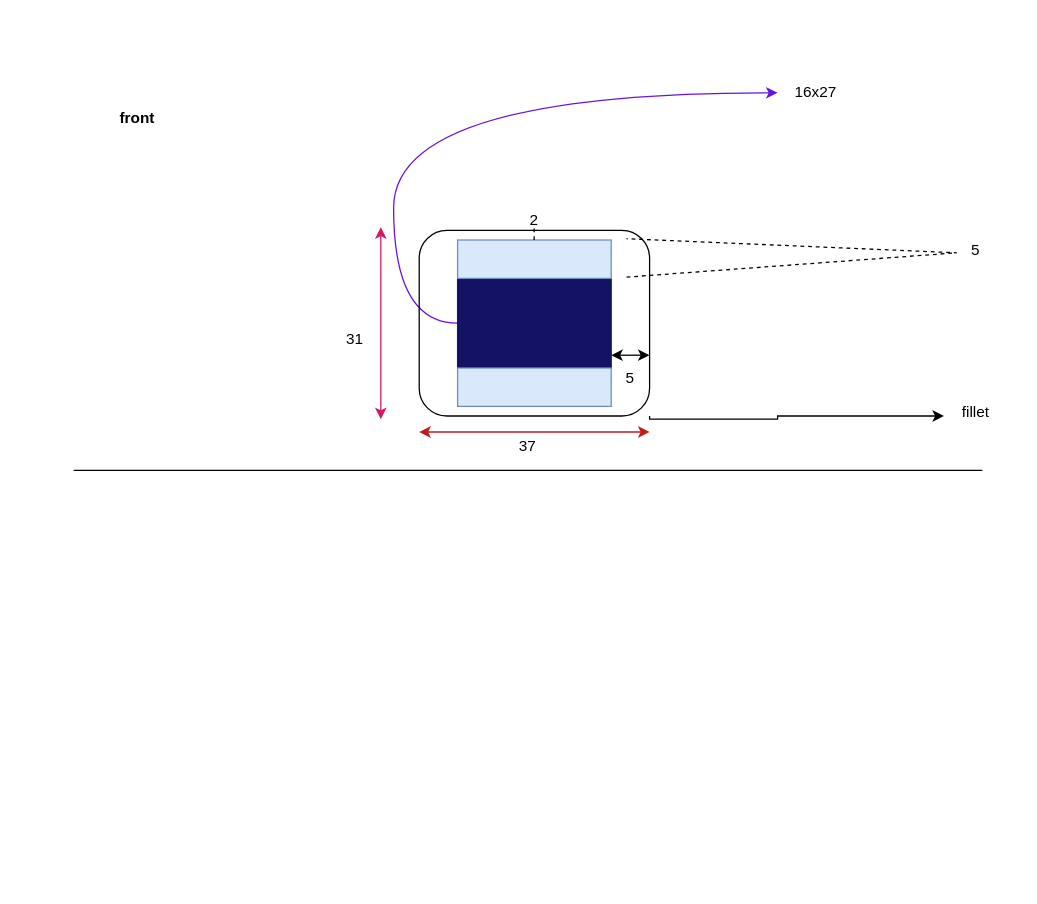
ovishak777/Epoxy keeps this draw.io diagram as outer design.drawio. Above is the earlier version. Source tidied: cells renumbered, new cells numbered last; positions are measured from the earlier drawing's top-left corner, leaving out a move shared by most shapes. Both pictures are drawn from the tidied source at 128%, with x=0, y=0 at pixel (73, 73).
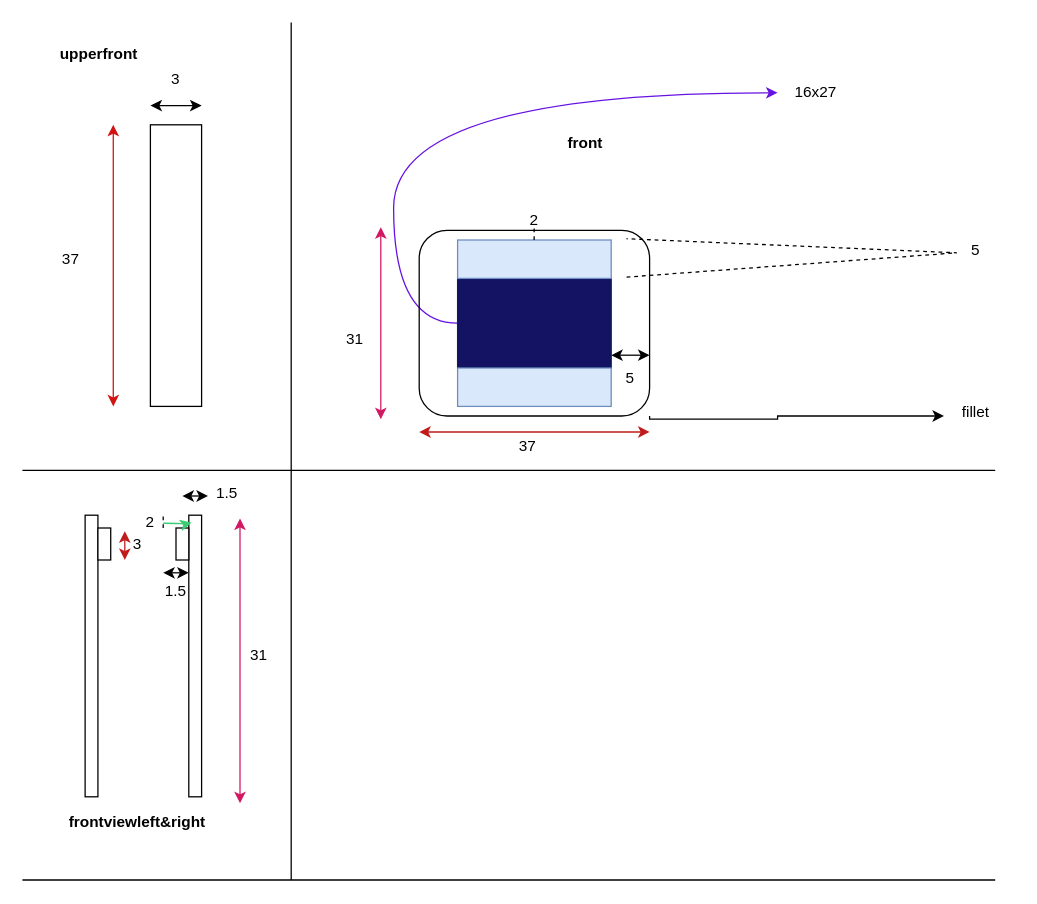
Above is the later version.

What changed in the source:
```diff
@@
     <mxCell id="2" style="endArrow=none;html=1;rounded=0;" parent="1" edge="1">
       <mxGeometry relative="1" as="geometry">
-        <mxPoint y="310" as="sourcePoint" />
-        <mxPoint x="710" y="310" as="targetPoint" />
+        <mxPoint x="-40" y="310" as="sourcePoint" />
+        <mxPoint x="720" y="310" as="targetPoint" />
       </mxGeometry>
     </mxCell>
@@
     <mxCell id="21" value="&lt;b&gt;front&lt;/b&gt;" style="text;html=1;whiteSpace=wrap;strokeColor=none;fillColor=none;align=center;verticalAlign=middle;rounded=0;" parent="1" vertex="1">
-      <mxGeometry x="20" y="20" width="60" height="30" as="geometry" />
+      <mxGeometry x="370" y="40" width="60" height="30" as="geometry" />
     </mxCell>
+    <mxCell id="22" style="endArrow=none;html=1;rounded=0;" parent="1" edge="1">
+      <mxGeometry relative="1" as="geometry">
+        <mxPoint x="170" y="630" as="sourcePoint" />
+        <mxPoint x="170" y="-40" as="targetPoint" />
+      </mxGeometry>
+    </mxCell>
+    <mxCell id="23" style="rounded=0;whiteSpace=wrap;html=1;" parent="1" vertex="1">
+      <mxGeometry x="60" y="40" width="40" height="220" as="geometry" />
+    </mxCell>
+    <mxCell id="24" style="endArrow=classic;startArrow=classic;html=1;rounded=0;strokeColor=light-dark(#d31212, #ededed);" parent="1" edge="1">
+      <mxGeometry relative="1" as="geometry">
+        <mxPoint x="31" y="260" as="sourcePoint" />
+        <mxPoint x="31" y="40" as="targetPoint" />
+      </mxGeometry>
+    </mxCell>
+    <mxCell id="25" value="37" style="text;html=1;whiteSpace=wrap;strokeColor=none;fillColor=none;align=center;verticalAlign=middle;rounded=0;" parent="1" vertex="1">
+      <mxGeometry x="-32" y="130" width="60" height="30" as="geometry" />
+    </mxCell>
+    <mxCell id="26" style="endArrow=classic;startArrow=classic;html=1;rounded=0;" parent="1" edge="1">
+      <mxGeometry relative="1" as="geometry">
+        <mxPoint x="60" y="25" as="sourcePoint" />
+        <mxPoint x="100" y="25" as="targetPoint" />
+      </mxGeometry>
+    </mxCell>
+    <mxCell id="27" value="3" style="text;html=1;whiteSpace=wrap;strokeColor=none;fillColor=none;align=center;verticalAlign=middle;rounded=0;" parent="1" vertex="1">
+      <mxGeometry x="50" y="-10" width="60" height="30" as="geometry" />
+    </mxCell>
+    <mxCell id="28" value="&lt;b&gt;upperfront&lt;/b&gt;" style="text;html=1;whiteSpace=wrap;strokeColor=none;fillColor=none;align=center;verticalAlign=middle;rounded=0;" parent="1" vertex="1">
+      <mxGeometry x="-10" y="-30" width="60" height="30" as="geometry" />
+    </mxCell>
+    <mxCell id="29" style="rounded=0;whiteSpace=wrap;html=1;" parent="1" vertex="1">
+      <mxGeometry x="90" y="345" width="10" height="220" as="geometry" />
+    </mxCell>
+    <mxCell id="30" style="rounded=0;whiteSpace=wrap;html=1;" parent="1" vertex="1">
+      <mxGeometry x="80" y="355" width="10" height="25" as="geometry" />
+    </mxCell>
+    <mxCell id="31" style="rounded=0;whiteSpace=wrap;html=1;flipV=1;legacyAnchorPoints=0;flipH=1;direction=west;" parent="1" vertex="1">
+      <mxGeometry x="9" y="345" width="10" height="220" as="geometry" />
+    </mxCell>
+    <mxCell id="32" style="rounded=0;whiteSpace=wrap;html=1;flipV=1;legacyAnchorPoints=0;flipH=1;direction=west;" parent="1" vertex="1">
+      <mxGeometry x="19" y="355" width="10" height="25" as="geometry" />
+    </mxCell>
+    <mxCell id="33" style="endArrow=classic;startArrow=classic;html=1;rounded=0;" parent="1" edge="1">
+      <mxGeometry relative="1" as="geometry">
+        <mxPoint x="85" y="330" as="sourcePoint" />
+        <mxPoint x="105" y="330" as="targetPoint" />
+      </mxGeometry>
+    </mxCell>
+    <mxCell id="34" value="1.5" style="text;html=1;whiteSpace=wrap;strokeColor=none;fillColor=none;align=center;verticalAlign=middle;rounded=0;" parent="1" vertex="1">
+      <mxGeometry x="100" y="315" width="40" height="25" as="geometry" />
+    </mxCell>
+    <mxCell id="35" style="endArrow=classic;startArrow=classic;html=1;rounded=0;" parent="1" edge="1">
+      <mxGeometry relative="1" as="geometry">
+        <mxPoint x="70" y="390" as="sourcePoint" />
+        <mxPoint x="90" y="390" as="targetPoint" />
+      </mxGeometry>
+    </mxCell>
+    <mxCell id="36" value="1.5" style="text;html=1;whiteSpace=wrap;strokeColor=none;fillColor=none;align=center;verticalAlign=middle;rounded=0;" parent="1" vertex="1">
+      <mxGeometry x="50" y="390" width="60" height="30" as="geometry" />
+    </mxCell>
+    <mxCell id="37" style="endArrow=none;dashed=1;html=1;rounded=0;" parent="1" edge="1">
+      <mxGeometry relative="1" as="geometry">
+        <mxPoint x="70" y="355" as="sourcePoint" />
+        <mxPoint x="70" y="345" as="targetPoint" />
+      </mxGeometry>
+    </mxCell>
+    <mxCell id="38" value="2" style="text;html=1;whiteSpace=wrap;strokeColor=none;fillColor=none;align=center;verticalAlign=middle;rounded=0;" parent="1" vertex="1">
+      <mxGeometry x="50" y="347.5" width="20" height="7.5" as="geometry" />
+    </mxCell>
+    <mxCell id="39" style="edgeStyle=orthogonalEdgeStyle;rounded=0;jettySize=auto;html=1;entryX=0.222;entryY=0.026;entryDx=0;entryDy=0;entryPerimeter=0;curved=1;strokeColor=light-dark(#3ccd74, #ededed);" parent="1" edge="1" source="38" target="29">
+      <mxGeometry relative="1" as="geometry" />
+    </mxCell>
+    <mxCell id="40" style="endArrow=classic;startArrow=classic;html=1;rounded=0;strokeColor=light-dark(#bf1d1d, #ededed);" parent="1" edge="1">
+      <mxGeometry relative="1" as="geometry">
+        <mxPoint x="40" y="357.5" as="sourcePoint" />
+        <mxPoint x="40" y="380" as="targetPoint" />
+        <Array as="points">
+          <mxPoint x="40" y="367.5" />
+        </Array>
+      </mxGeometry>
+    </mxCell>
+    <mxCell id="41" value="3" style="text;html=1;whiteSpace=wrap;strokeColor=none;fillColor=none;align=center;verticalAlign=middle;rounded=0;" parent="1" vertex="1">
+      <mxGeometry x="40" y="367.5" width="20" as="geometry" />
+    </mxCell>
+    <mxCell id="42" value="&lt;b&gt;frontviewleft&amp;amp;right&lt;/b&gt;" style="text;html=1;whiteSpace=wrap;strokeColor=none;fillColor=none;align=center;verticalAlign=middle;rounded=0;" parent="1" vertex="1">
+      <mxGeometry x="20" y="570" width="60" height="30" as="geometry" />
+    </mxCell>
+    <mxCell id="43" style="endArrow=none;html=1;rounded=0;" parent="1" edge="1">
+      <mxGeometry relative="1" as="geometry">
+        <mxPoint x="-40" y="630" as="sourcePoint" />
+        <mxPoint x="720" y="630" as="targetPoint" />
+      </mxGeometry>
+    </mxCell>
+    <mxCell id="44" style="endArrow=classic;startArrow=classic;html=1;rounded=0;strokeColor=light-dark(#d21963, #ededed);" parent="1" edge="1">
+      <mxGeometry relative="1" as="geometry">
+        <mxPoint x="130" y="570" as="sourcePoint" />
+        <mxPoint x="130" y="347.5" as="targetPoint" />
+      </mxGeometry>
+    </mxCell>
+    <mxCell id="45" value="31" style="text;html=1;whiteSpace=wrap;strokeColor=none;fillColor=none;align=center;verticalAlign=middle;rounded=0;" parent="1" vertex="1">
+      <mxGeometry x="130" y="451.2" width="30" height="7.5" as="geometry" />
+    </mxCell>
```
